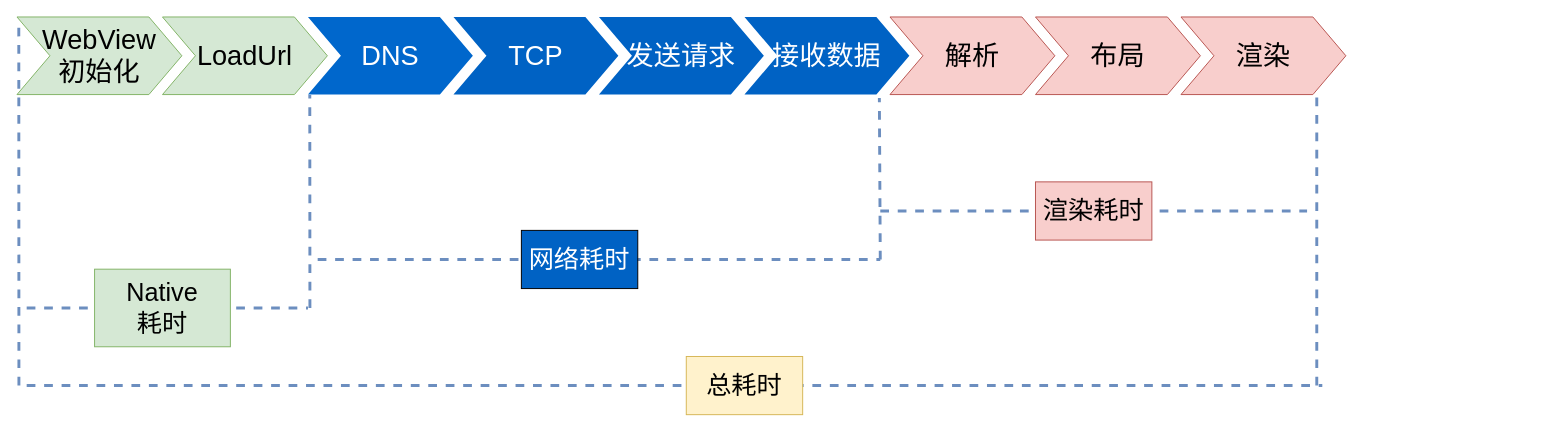
Earlier version of the draw.io diagram 性能分析.drawio (hottaiger/gitTest). Source tidied: cells renumbered, new cells numbered last; positions are measured from the earlier drawing's top-left corner, leaving out a move shared by most shapes. Both pictures are drawn from the tidied source at 97%, with x=0, y=0 at pixel (16, 16).
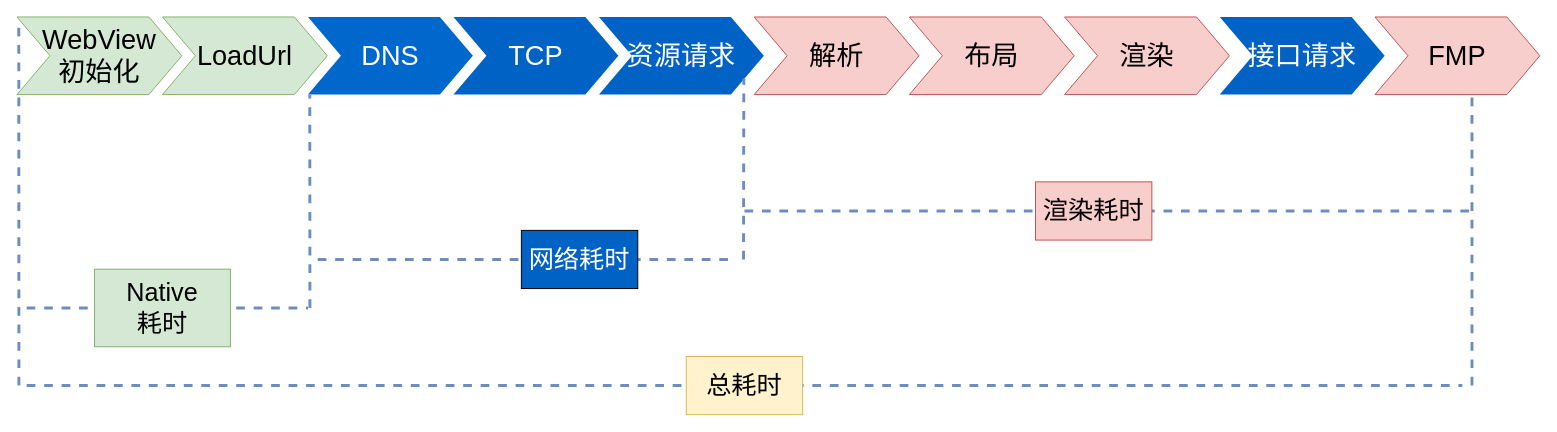
After the change.

Commit message:
更新性能分析.drawio

Change to the diagram source:
```diff
@@
-    <mxCell id="6" value="发送请求" style="shape=step;whiteSpace=wrap;html=1;fontSize=28;fillColor=#0062C4;fontColor=#FFFFFF;strokeColor=none;" parent="1" vertex="1">
+    <mxCell id="6" value="资源请求" style="shape=step;whiteSpace=wrap;html=1;fontSize=28;fillColor=#0062C4;fontColor=#FFFFFF;strokeColor=none;" parent="1" vertex="1">
       <mxGeometry x="600" width="170" height="80" as="geometry" />
     </mxCell>
-    <mxCell id="7" value="接收数据" style="shape=step;whiteSpace=wrap;html=1;fontSize=28;fillColor=#0062C4;fontColor=#FFFFFF;strokeColor=none;" parent="1" vertex="1">
-      <mxGeometry x="750" width="170" height="80" as="geometry" />
-    </mxCell>
     <mxCell id="8" value="解析" style="shape=step;whiteSpace=wrap;html=1;fontSize=28;fillColor=#f8cecc;strokeColor=#b85450;" parent="1" vertex="1">
-      <mxGeometry x="900" width="170" height="80" as="geometry" />
+      <mxGeometry x="760" width="170" height="80" as="geometry" />
     </mxCell>
     <mxCell id="9" value="布局" style="shape=step;whiteSpace=wrap;html=1;fontSize=28;fillColor=#f8cecc;strokeColor=#b85450;" parent="1" vertex="1">
-      <mxGeometry x="1050" width="170" height="80" as="geometry" />
+      <mxGeometry x="920" width="170" height="80" as="geometry" />
     </mxCell>
     <mxCell id="10" value="渲染" style="shape=step;whiteSpace=wrap;html=1;fontSize=28;fillColor=#f8cecc;strokeColor=#b85450;" parent="1" vertex="1">
-      <mxGeometry x="1200" width="170" height="80" as="geometry" />
+      <mxGeometry x="1080" width="170" height="80" as="geometry" />
     </mxCell>
@@
-    <mxCell id="15" style="endArrow=none;dashed=1;html=1;rounded=0;fontSize=26;strokeWidth=3;entryX=0.818;entryY=1.043;entryDx=0;entryDy=0;entryPerimeter=0;fillColor=#dae8fc;strokeColor=#6c8ebf;" parent="1" edge="1" target="7">
+    <mxCell id="15" style="endArrow=none;dashed=1;html=1;rounded=0;fontSize=26;strokeWidth=3;entryX=0.818;entryY=1.043;entryDx=0;entryDy=0;entryPerimeter=0;fillColor=#dae8fc;strokeColor=#6c8ebf;" parent="1" edge="1">
       <mxGeometry relative="1" as="geometry">
-        <mxPoint x="890" y="250" as="sourcePoint" />
+        <mxPoint x="749" y="250" as="sourcePoint" />
+        <mxPoint x="749.3" y="63.4" as="targetPoint" />
       </mxGeometry>
     </mxCell>
     <mxCell id="16" style="endArrow=none;dashed=1;html=1;rounded=0;fontSize=26;strokeWidth=3;entryX=0.818;entryY=1.043;entryDx=0;entryDy=0;entryPerimeter=0;fillColor=#dae8fc;strokeColor=#6c8ebf;" parent="1" edge="1">
       <mxGeometry relative="1" as="geometry">
-        <mxPoint x="1340" y="380" as="sourcePoint" />
-        <mxPoint x="1340" y="80" as="targetPoint" />
+        <mxPoint x="1500" y="380" as="sourcePoint" />
+        <mxPoint x="1500" y="80" as="targetPoint" />
       </mxGeometry>
     </mxCell>
     <mxCell id="17" style="endArrow=none;dashed=1;html=1;rounded=0;fontSize=26;strokeWidth=3;fillColor=#dae8fc;strokeColor=#6c8ebf;" parent="1" edge="1">
       <mxGeometry relative="1" as="geometry">
         <mxPoint x="310" y="250" as="sourcePoint" />
-        <mxPoint x="890" y="250" as="targetPoint" />
+        <mxPoint x="740" y="250" as="targetPoint" />
       </mxGeometry>
     </mxCell>
@@
     <mxCell id="19" style="endArrow=none;dashed=1;html=1;rounded=0;fontSize=26;fontColor=#FFFFFF;strokeWidth=3;fillColor=#dae8fc;strokeColor=#6c8ebf;" parent="1" edge="1">
       <mxGeometry relative="1" as="geometry">
-        <mxPoint x="890" y="200" as="sourcePoint" />
-        <mxPoint x="1330" y="200" as="targetPoint" />
+        <mxPoint x="750" y="200" as="sourcePoint" />
+        <mxPoint x="1500" y="200" as="targetPoint" />
       </mxGeometry>
     </mxCell>
@@
     <mxCell id="21" style="endArrow=none;dashed=1;html=1;rounded=0;fontSize=26;fontColor=#FFFFFF;strokeWidth=3;fillColor=#dae8fc;strokeColor=#6c8ebf;" parent="1" edge="1">
       <mxGeometry relative="1" as="geometry">
         <mxPoint x="10" y="380" as="sourcePoint" />
-        <mxPoint x="1345.7" y="380" as="targetPoint" />
+        <mxPoint x="1490" y="380" as="targetPoint" />
       </mxGeometry>
     </mxCell>
@@
+    <mxCell id="23" value="接口请求" style="shape=step;whiteSpace=wrap;html=1;fontSize=28;fillColor=#0062C4;fontColor=#FFFFFF;strokeColor=none;" parent="1" vertex="1">
+      <mxGeometry x="1240" width="170" height="80" as="geometry" />
+    </mxCell>
+    <mxCell id="24" value="FMP" style="shape=step;whiteSpace=wrap;html=1;fontSize=28;fillColor=#f8cecc;strokeColor=#b85450;" parent="1" vertex="1">
+      <mxGeometry x="1400" width="170" height="80" as="geometry" />
+    </mxCell>
```
